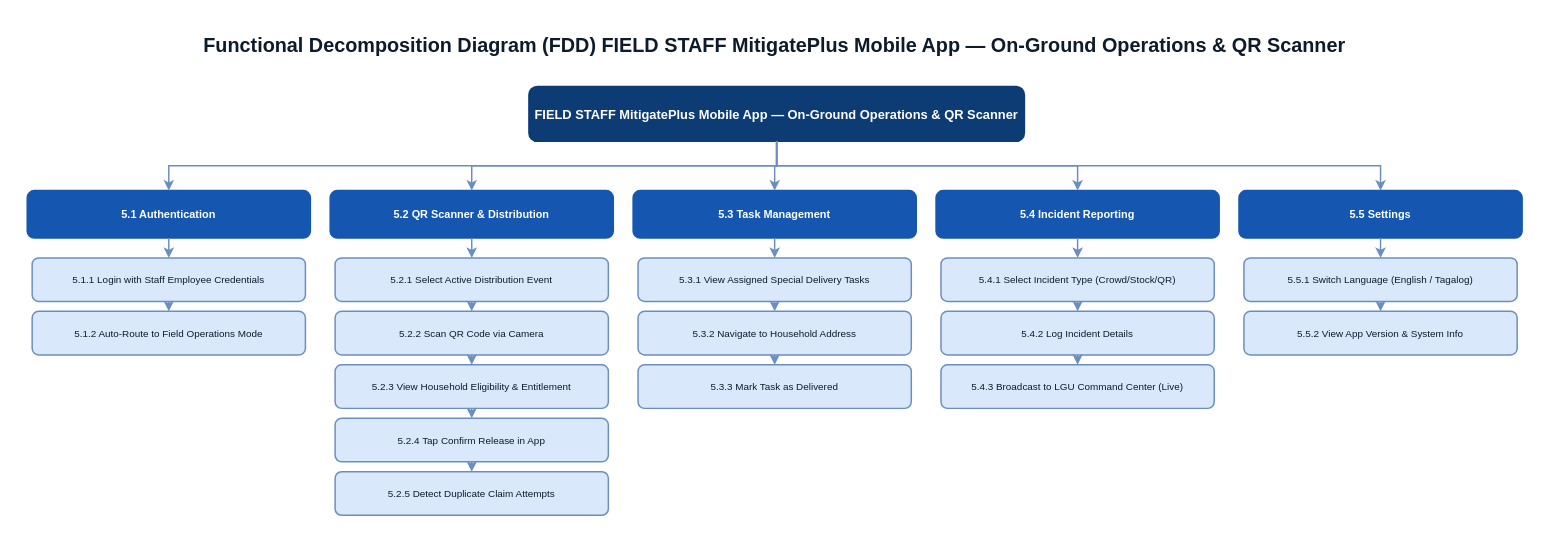
This is MitigatePlus_Capstone_Diagrams/03e_FDD_Field_Staff.drawio from ellicaonggoco/Post-MitigatePlus, a draw.io file, before an edit. Source tidied: cells renumbered, new cells numbered last; positions are measured from the earlier drawing's top-left corner, leaving out a move shared by most shapes. Both pictures are drawn from the tidied source at 99%, with x=0, y=0 at pixel (17, 17).
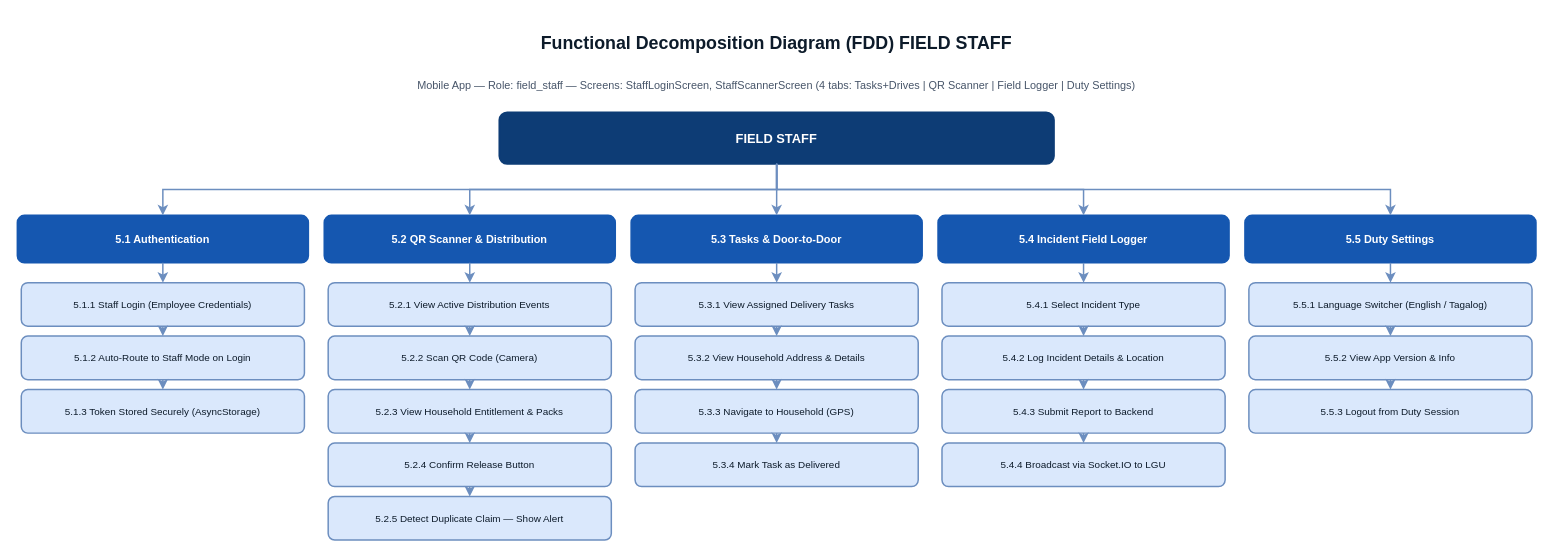
Above is the later version.

Commit message (it also covers changes not shown here):
docs(diagrams): v4 complete - 100% source-verified against all routes, screens, models - all 11 diagrams rebuilt with full feature coverage

Diff of the diagram source:
```diff
@@
-    <mxCell id="2" value="Functional Decomposition Diagram (FDD) FIELD STAFF MitigatePlus Mobile App — On-Ground Operations &amp; QR Scanner" style="text;html=0;strokeColor=none;fillColor=none;align=center;verticalAlign=middle;whiteSpace=wrap;fontSize=20;fontStyle=1;fontColor=#0D1B2A;" parent="1" vertex="1">
-      <mxGeometry width="1530" height="55" as="geometry" />
+    <mxCell id="2" value="Functional Decomposition Diagram (FDD) FIELD STAFF" style="text;html=0;strokeColor=none;fillColor=none;align=center;verticalAlign=middle;whiteSpace=wrap;fontSize=18;fontStyle=1;fontColor=#0D1B2A;" parent="1" vertex="1">
+      <mxGeometry width="1534" height="52" as="geometry" />
     </mxCell>
+    <mxCell id="44" value="Mobile App — Role: field_staff — Screens: StaffLoginScreen, StaffScannerScreen (4 tabs: Tasks+Drives | QR Scanner | Field Logger | Duty Settings)" style="text;html=0;strokeColor=none;fillColor=none;align=center;verticalAlign=middle;whiteSpace=wrap;fontSize=11;fontColor=#475569;" parent="1" vertex="1">
+      <mxGeometry y="54" width="1534" height="30" as="geometry" />
+    </mxCell>
-    <mxCell id="3" value="FIELD STAFF MitigatePlus Mobile App — On-Ground Operations &amp; QR Scanner" style="rounded=1;whiteSpace=wrap;html=0;fillColor=#0D3C75;strokeColor=#0D3C75;strokeWidth=2;fontSize=13;fontStyle=1;fontColor=#FFFFFF;" parent="1" vertex="1">
-      <mxGeometry x="517" y="70" width="500" height="55" as="geometry" />
+    <mxCell id="3" value="FIELD STAFF" style="rounded=1;whiteSpace=wrap;html=0;fillColor=#0D3C75;strokeColor=#0D3C75;strokeWidth=2;fontSize=13;fontStyle=1;fontColor=#FFFFFF;" parent="1" vertex="1">
+      <mxGeometry x="487" y="96" width="560" height="52" as="geometry" />
     </mxCell>
     <mxCell id="4" value="5.1 Authentication" style="rounded=1;whiteSpace=wrap;html=0;fillColor=#1557B0;strokeColor=#1557B0;strokeWidth=1.5;fontSize=11;fontStyle=1;fontColor=#FFFFFF;" parent="1" vertex="1">
-      <mxGeometry x="10" y="175" width="286" height="48" as="geometry" />
+      <mxGeometry y="200" width="294" height="48" as="geometry" />
     </mxCell>
@@
-    <mxCell id="6" value="5.1.1 Login with Staff Employee Credentials" style="rounded=1;whiteSpace=wrap;html=0;fillColor=#DAE8FC;strokeColor=#6C8EBF;strokeWidth=1.5;fontSize=10;fontColor=#0D1B2A;" parent="1" vertex="1">
-      <mxGeometry x="15" y="243" width="276" height="44" as="geometry" />
+    <mxCell id="6" value="5.1.1 Staff Login (Employee Credentials)" style="rounded=1;whiteSpace=wrap;html=0;fillColor=#DAE8FC;strokeColor=#6C8EBF;strokeWidth=1.5;fontSize=10;fontColor=#0D1B2A;" parent="1" vertex="1">
+      <mxGeometry x="4" y="268" width="286" height="44" as="geometry" />
     </mxCell>
@@
-    <mxCell id="8" value="5.1.2 Auto-Route to Field Operations Mode" style="rounded=1;whiteSpace=wrap;html=0;fillColor=#DAE8FC;strokeColor=#6C8EBF;strokeWidth=1.5;fontSize=10;fontColor=#0D1B2A;" parent="1" vertex="1">
-      <mxGeometry x="15" y="297" width="276" height="44" as="geometry" />
+    <mxCell id="8" value="5.1.2 Auto-Route to Staff Mode on Login" style="rounded=1;whiteSpace=wrap;html=0;fillColor=#DAE8FC;strokeColor=#6C8EBF;strokeWidth=1.5;fontSize=10;fontColor=#0D1B2A;" parent="1" vertex="1">
+      <mxGeometry x="4" y="322" width="286" height="44" as="geometry" />
     </mxCell>
@@
+    <mxCell id="45" value="5.1.3 Token Stored Securely (AsyncStorage)" style="rounded=1;whiteSpace=wrap;html=0;fillColor=#DAE8FC;strokeColor=#6C8EBF;strokeWidth=1.5;fontSize=10;fontColor=#0D1B2A;" parent="1" vertex="1">
+      <mxGeometry x="4" y="376" width="286" height="44" as="geometry" />
+    </mxCell>
+    <mxCell id="46" style="edgeStyle=orthogonalEdgeStyle;rounded=0;html=1;strokeWidth=1.5;strokeColor=#6C8EBF;exitX=0.5;exitY=1;entryX=0.5;entryY=0;" parent="1" edge="1" source="8" target="45">
+      <mxGeometry relative="1" as="geometry" />
+    </mxCell>
     <mxCell id="10" value="5.2 QR Scanner &amp; Distribution" style="rounded=1;whiteSpace=wrap;html=0;fillColor=#1557B0;strokeColor=#1557B0;strokeWidth=1.5;fontSize=11;fontStyle=1;fontColor=#FFFFFF;" parent="1" vertex="1">
-      <mxGeometry x="316" y="175" width="286" height="48" as="geometry" />
+      <mxGeometry x="310" y="200" width="294" height="48" as="geometry" />
     </mxCell>
@@
-    <mxCell id="12" value="5.2.1 Select Active Distribution Event" style="rounded=1;whiteSpace=wrap;html=0;fillColor=#DAE8FC;strokeColor=#6C8EBF;strokeWidth=1.5;fontSize=10;fontColor=#0D1B2A;" parent="1" vertex="1">
-      <mxGeometry x="321" y="243" width="276" height="44" as="geometry" />
+    <mxCell id="12" value="5.2.1 View Active Distribution Events" style="rounded=1;whiteSpace=wrap;html=0;fillColor=#DAE8FC;strokeColor=#6C8EBF;strokeWidth=1.5;fontSize=10;fontColor=#0D1B2A;" parent="1" vertex="1">
+      <mxGeometry x="314" y="268" width="286" height="44" as="geometry" />
     </mxCell>
@@
-    <mxCell id="14" value="5.2.2 Scan QR Code via Camera" style="rounded=1;whiteSpace=wrap;html=0;fillColor=#DAE8FC;strokeColor=#6C8EBF;strokeWidth=1.5;fontSize=10;fontColor=#0D1B2A;" parent="1" vertex="1">
-      <mxGeometry x="321" y="297" width="276" height="44" as="geometry" />
+    <mxCell id="14" value="5.2.2 Scan QR Code (Camera)" style="rounded=1;whiteSpace=wrap;html=0;fillColor=#DAE8FC;strokeColor=#6C8EBF;strokeWidth=1.5;fontSize=10;fontColor=#0D1B2A;" parent="1" vertex="1">
+      <mxGeometry x="314" y="322" width="286" height="44" as="geometry" />
     </mxCell>
@@
-    <mxCell id="16" value="5.2.3 View Household Eligibility &amp; Entitlement" style="rounded=1;whiteSpace=wrap;html=0;fillColor=#DAE8FC;strokeColor=#6C8EBF;strokeWidth=1.5;fontSize=10;fontColor=#0D1B2A;" parent="1" vertex="1">
-      <mxGeometry x="321" y="351" width="276" height="44" as="geometry" />
+    <mxCell id="16" value="5.2.3 View Household Entitlement &amp; Packs" style="rounded=1;whiteSpace=wrap;html=0;fillColor=#DAE8FC;strokeColor=#6C8EBF;strokeWidth=1.5;fontSize=10;fontColor=#0D1B2A;" parent="1" vertex="1">
+      <mxGeometry x="314" y="376" width="286" height="44" as="geometry" />
     </mxCell>
@@
-    <mxCell id="18" value="5.2.4 Tap Confirm Release in App" style="rounded=1;whiteSpace=wrap;html=0;fillColor=#DAE8FC;strokeColor=#6C8EBF;strokeWidth=1.5;fontSize=10;fontColor=#0D1B2A;" parent="1" vertex="1">
-      <mxGeometry x="321" y="405" width="276" height="44" as="geometry" />
+    <mxCell id="18" value="5.2.4 Confirm Release Button" style="rounded=1;whiteSpace=wrap;html=0;fillColor=#DAE8FC;strokeColor=#6C8EBF;strokeWidth=1.5;fontSize=10;fontColor=#0D1B2A;" parent="1" vertex="1">
+      <mxGeometry x="314" y="430" width="286" height="44" as="geometry" />
     </mxCell>
@@
-    <mxCell id="20" value="5.2.5 Detect Duplicate Claim Attempts" style="rounded=1;whiteSpace=wrap;html=0;fillColor=#DAE8FC;strokeColor=#6C8EBF;strokeWidth=1.5;fontSize=10;fontColor=#0D1B2A;" parent="1" vertex="1">
-      <mxGeometry x="321" y="459" width="276" height="44" as="geometry" />
+    <mxCell id="20" value="5.2.5 Detect Duplicate Claim — Show Alert" style="rounded=1;whiteSpace=wrap;html=0;fillColor=#DAE8FC;strokeColor=#6C8EBF;strokeWidth=1.5;fontSize=10;fontColor=#0D1B2A;" parent="1" vertex="1">
+      <mxGeometry x="314" y="484" width="286" height="44" as="geometry" />
     </mxCell>
@@
-    <mxCell id="22" value="5.3 Task Management" style="rounded=1;whiteSpace=wrap;html=0;fillColor=#1557B0;strokeColor=#1557B0;strokeWidth=1.5;fontSize=11;fontStyle=1;fontColor=#FFFFFF;" parent="1" vertex="1">
-      <mxGeometry x="622" y="175" width="286" height="48" as="geometry" />
+    <mxCell id="22" value="5.3 Tasks &amp; Door-to-Door" style="rounded=1;whiteSpace=wrap;html=0;fillColor=#1557B0;strokeColor=#1557B0;strokeWidth=1.5;fontSize=11;fontStyle=1;fontColor=#FFFFFF;" parent="1" vertex="1">
+      <mxGeometry x="620" y="200" width="294" height="48" as="geometry" />
     </mxCell>
@@
-    <mxCell id="24" value="5.3.1 View Assigned Special Delivery Tasks" style="rounded=1;whiteSpace=wrap;html=0;fillColor=#DAE8FC;strokeColor=#6C8EBF;strokeWidth=1.5;fontSize=10;fontColor=#0D1B2A;" parent="1" vertex="1">
-      <mxGeometry x="627" y="243" width="276" height="44" as="geometry" />
+    <mxCell id="24" value="5.3.1 View Assigned Delivery Tasks" style="rounded=1;whiteSpace=wrap;html=0;fillColor=#DAE8FC;strokeColor=#6C8EBF;strokeWidth=1.5;fontSize=10;fontColor=#0D1B2A;" parent="1" vertex="1">
+      <mxGeometry x="624" y="268" width="286" height="44" as="geometry" />
     </mxCell>
@@
-    <mxCell id="26" value="5.3.2 Navigate to Household Address" style="rounded=1;whiteSpace=wrap;html=0;fillColor=#DAE8FC;strokeColor=#6C8EBF;strokeWidth=1.5;fontSize=10;fontColor=#0D1B2A;" parent="1" vertex="1">
-      <mxGeometry x="627" y="297" width="276" height="44" as="geometry" />
+    <mxCell id="26" value="5.3.2 View Household Address &amp; Details" style="rounded=1;whiteSpace=wrap;html=0;fillColor=#DAE8FC;strokeColor=#6C8EBF;strokeWidth=1.5;fontSize=10;fontColor=#0D1B2A;" parent="1" vertex="1">
+      <mxGeometry x="624" y="322" width="286" height="44" as="geometry" />
     </mxCell>
@@
-    <mxCell id="28" value="5.3.3 Mark Task as Delivered" style="rounded=1;whiteSpace=wrap;html=0;fillColor=#DAE8FC;strokeColor=#6C8EBF;strokeWidth=1.5;fontSize=10;fontColor=#0D1B2A;" parent="1" vertex="1">
-      <mxGeometry x="627" y="351" width="276" height="44" as="geometry" />
+    <mxCell id="28" value="5.3.3 Navigate to Household (GPS)" style="rounded=1;whiteSpace=wrap;html=0;fillColor=#DAE8FC;strokeColor=#6C8EBF;strokeWidth=1.5;fontSize=10;fontColor=#0D1B2A;" parent="1" vertex="1">
+      <mxGeometry x="624" y="376" width="286" height="44" as="geometry" />
     </mxCell>
@@
+    <mxCell id="47" value="5.3.4 Mark Task as Delivered" style="rounded=1;whiteSpace=wrap;html=0;fillColor=#DAE8FC;strokeColor=#6C8EBF;strokeWidth=1.5;fontSize=10;fontColor=#0D1B2A;" parent="1" vertex="1">
+      <mxGeometry x="624" y="430" width="286" height="44" as="geometry" />
+    </mxCell>
+    <mxCell id="48" style="edgeStyle=orthogonalEdgeStyle;rounded=0;html=1;strokeWidth=1.5;strokeColor=#6C8EBF;exitX=0.5;exitY=1;entryX=0.5;entryY=0;" parent="1" edge="1" source="28" target="47">
+      <mxGeometry relative="1" as="geometry" />
+    </mxCell>
-    <mxCell id="30" value="5.4 Incident Reporting" style="rounded=1;whiteSpace=wrap;html=0;fillColor=#1557B0;strokeColor=#1557B0;strokeWidth=1.5;fontSize=11;fontStyle=1;fontColor=#FFFFFF;" parent="1" vertex="1">
-      <mxGeometry x="928" y="175" width="286" height="48" as="geometry" />
+    <mxCell id="30" value="5.4 Incident Field Logger" style="rounded=1;whiteSpace=wrap;html=0;fillColor=#1557B0;strokeColor=#1557B0;strokeWidth=1.5;fontSize=11;fontStyle=1;fontColor=#FFFFFF;" parent="1" vertex="1">
+      <mxGeometry x="930" y="200" width="294" height="48" as="geometry" />
     </mxCell>
@@
-    <mxCell id="32" value="5.4.1 Select Incident Type (Crowd/Stock/QR)" style="rounded=1;whiteSpace=wrap;html=0;fillColor=#DAE8FC;strokeColor=#6C8EBF;strokeWidth=1.5;fontSize=10;fontColor=#0D1B2A;" parent="1" vertex="1">
-      <mxGeometry x="933" y="243" width="276" height="44" as="geometry" />
+    <mxCell id="32" value="5.4.1 Select Incident Type" style="rounded=1;whiteSpace=wrap;html=0;fillColor=#DAE8FC;strokeColor=#6C8EBF;strokeWidth=1.5;fontSize=10;fontColor=#0D1B2A;" parent="1" vertex="1">
+      <mxGeometry x="934" y="268" width="286" height="44" as="geometry" />
     </mxCell>
@@
-    <mxCell id="34" value="5.4.2 Log Incident Details" style="rounded=1;whiteSpace=wrap;html=0;fillColor=#DAE8FC;strokeColor=#6C8EBF;strokeWidth=1.5;fontSize=10;fontColor=#0D1B2A;" parent="1" vertex="1">
-      <mxGeometry x="933" y="297" width="276" height="44" as="geometry" />
+    <mxCell id="34" value="5.4.2 Log Incident Details &amp; Location" style="rounded=1;whiteSpace=wrap;html=0;fillColor=#DAE8FC;strokeColor=#6C8EBF;strokeWidth=1.5;fontSize=10;fontColor=#0D1B2A;" parent="1" vertex="1">
+      <mxGeometry x="934" y="322" width="286" height="44" as="geometry" />
     </mxCell>
@@
-    <mxCell id="36" value="5.4.3 Broadcast to LGU Command Center (Live)" style="rounded=1;whiteSpace=wrap;html=0;fillColor=#DAE8FC;strokeColor=#6C8EBF;strokeWidth=1.5;fontSize=10;fontColor=#0D1B2A;" parent="1" vertex="1">
-      <mxGeometry x="933" y="351" width="276" height="44" as="geometry" />
+    <mxCell id="36" value="5.4.3 Submit Report to Backend" style="rounded=1;whiteSpace=wrap;html=0;fillColor=#DAE8FC;strokeColor=#6C8EBF;strokeWidth=1.5;fontSize=10;fontColor=#0D1B2A;" parent="1" vertex="1">
+      <mxGeometry x="934" y="376" width="286" height="44" as="geometry" />
     </mxCell>
@@
+    <mxCell id="49" value="5.4.4 Broadcast via Socket.IO to LGU" style="rounded=1;whiteSpace=wrap;html=0;fillColor=#DAE8FC;strokeColor=#6C8EBF;strokeWidth=1.5;fontSize=10;fontColor=#0D1B2A;" parent="1" vertex="1">
+      <mxGeometry x="934" y="430" width="286" height="44" as="geometry" />
+    </mxCell>
+    <mxCell id="50" style="edgeStyle=orthogonalEdgeStyle;rounded=0;html=1;strokeWidth=1.5;strokeColor=#6C8EBF;exitX=0.5;exitY=1;entryX=0.5;entryY=0;" parent="1" edge="1" source="36" target="49">
+      <mxGeometry relative="1" as="geometry" />
+    </mxCell>
-    <mxCell id="38" value="5.5 Settings" style="rounded=1;whiteSpace=wrap;html=0;fillColor=#1557B0;strokeColor=#1557B0;strokeWidth=1.5;fontSize=11;fontStyle=1;fontColor=#FFFFFF;" parent="1" vertex="1">
-      <mxGeometry x="1234" y="175" width="286" height="48" as="geometry" />
+    <mxCell id="38" value="5.5 Duty Settings" style="rounded=1;whiteSpace=wrap;html=0;fillColor=#1557B0;strokeColor=#1557B0;strokeWidth=1.5;fontSize=11;fontStyle=1;fontColor=#FFFFFF;" parent="1" vertex="1">
+      <mxGeometry x="1240" y="200" width="294" height="48" as="geometry" />
     </mxCell>
@@
-    <mxCell id="40" value="5.5.1 Switch Language (English / Tagalog)" style="rounded=1;whiteSpace=wrap;html=0;fillColor=#DAE8FC;strokeColor=#6C8EBF;strokeWidth=1.5;fontSize=10;fontColor=#0D1B2A;" parent="1" vertex="1">
-      <mxGeometry x="1239" y="243" width="276" height="44" as="geometry" />
+    <mxCell id="40" value="5.5.1 Language Switcher (English / Tagalog)" style="rounded=1;whiteSpace=wrap;html=0;fillColor=#DAE8FC;strokeColor=#6C8EBF;strokeWidth=1.5;fontSize=10;fontColor=#0D1B2A;" parent="1" vertex="1">
+      <mxGeometry x="1244" y="268" width="286" height="44" as="geometry" />
     </mxCell>
@@
-    <mxCell id="42" value="5.5.2 View App Version &amp; System Info" style="rounded=1;whiteSpace=wrap;html=0;fillColor=#DAE8FC;strokeColor=#6C8EBF;strokeWidth=1.5;fontSize=10;fontColor=#0D1B2A;" parent="1" vertex="1">
-      <mxGeometry x="1239" y="297" width="276" height="44" as="geometry" />
+    <mxCell id="42" value="5.5.2 View App Version &amp; Info" style="rounded=1;whiteSpace=wrap;html=0;fillColor=#DAE8FC;strokeColor=#6C8EBF;strokeWidth=1.5;fontSize=10;fontColor=#0D1B2A;" parent="1" vertex="1">
+      <mxGeometry x="1244" y="322" width="286" height="44" as="geometry" />
     </mxCell>
@@
+    <mxCell id="51" value="5.5.3 Logout from Duty Session" style="rounded=1;whiteSpace=wrap;html=0;fillColor=#DAE8FC;strokeColor=#6C8EBF;strokeWidth=1.5;fontSize=10;fontColor=#0D1B2A;" parent="1" vertex="1">
+      <mxGeometry x="1244" y="376" width="286" height="44" as="geometry" />
+    </mxCell>
+    <mxCell id="52" style="edgeStyle=orthogonalEdgeStyle;rounded=0;html=1;strokeWidth=1.5;strokeColor=#6C8EBF;exitX=0.5;exitY=1;entryX=0.5;entryY=0;" parent="1" edge="1" source="42" target="51">
+      <mxGeometry relative="1" as="geometry" />
+    </mxCell>
```
